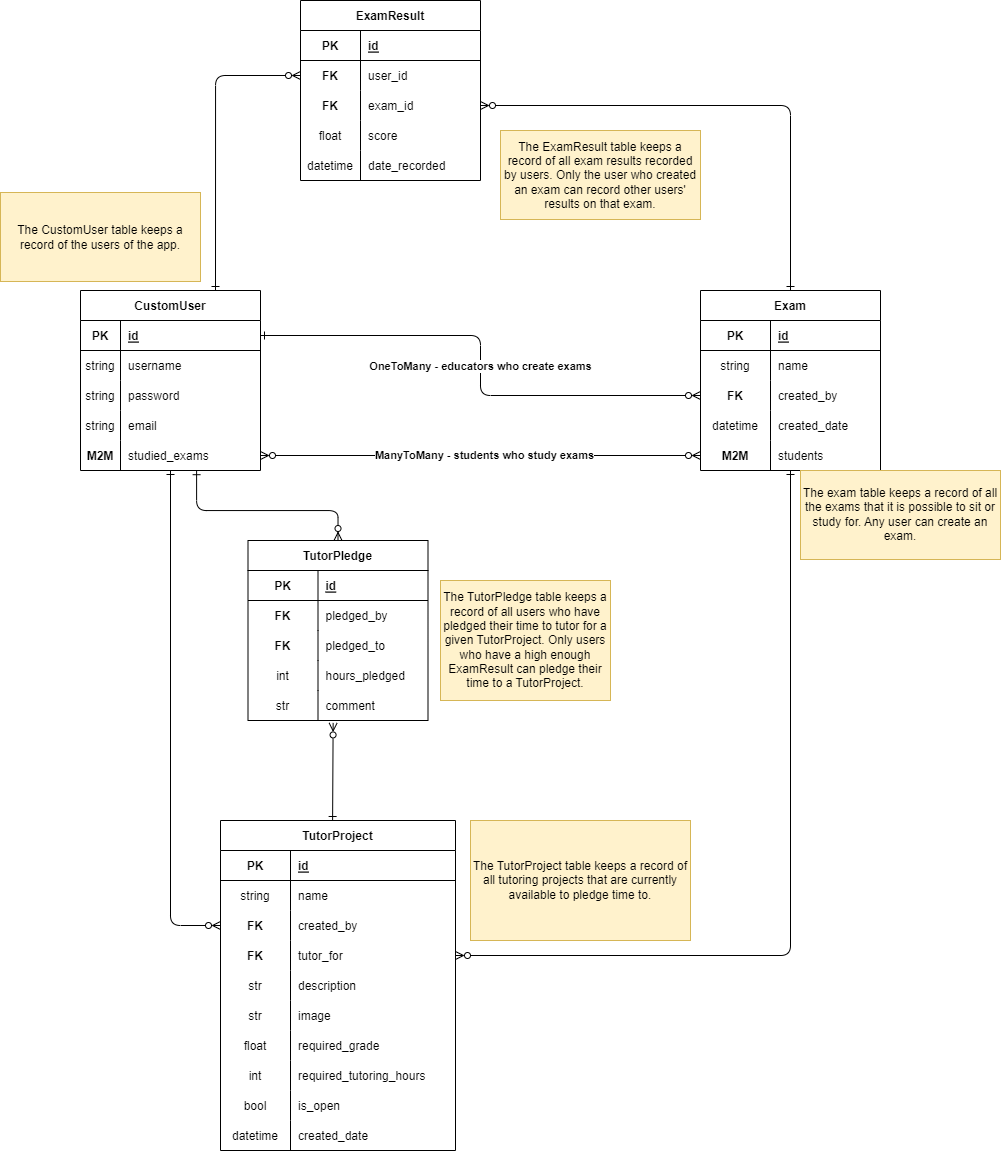
The draw.io diagram readme_images/ERD.drawio.png in SheCodesAus/example_finished_drf_project, before a commit. Source tidied: cells renumbered, new cells last; positions are measured from the earlier drawing's top-left corner, leaving out a move shared by most shapes.
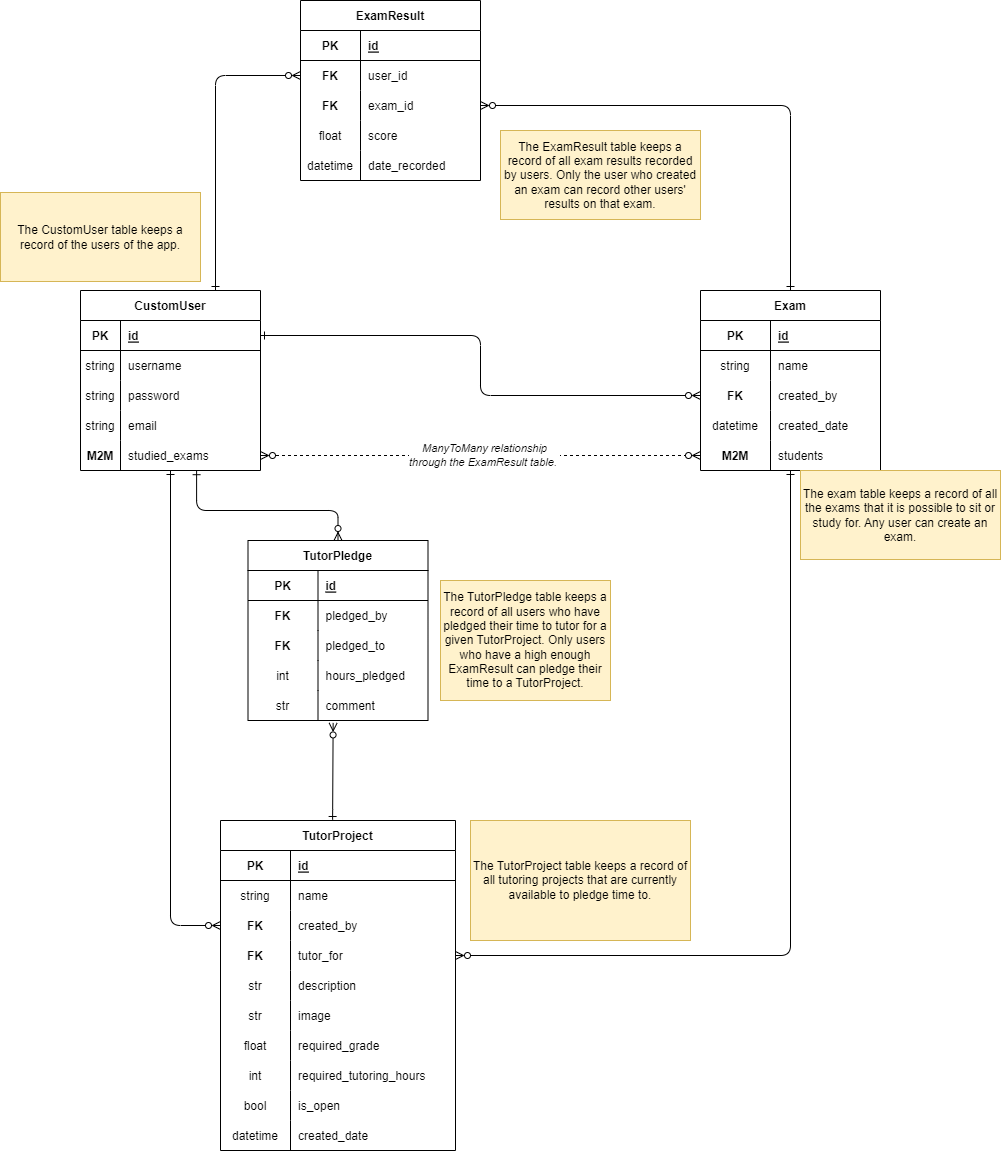
The same diagram one commit later.

Commit message:
finally fixed the writeup on many-to-many relationships

The edit, as a diff of the source:
```diff
@@ -113,11 +113,6 @@
     <mxCell id="38" style="edgeStyle=orthogonalEdgeStyle;html=1;exitX=0;exitY=0.5;exitDx=0;exitDy=0;entryX=1;entryY=0.5;entryDx=0;entryDy=0;endArrow=ERone;endFill=0;startArrow=ERzeroToMany;startFill=0;" parent="1" edge="1" source="29" target="5">
       <mxGeometry relative="1" as="geometry" />
     </mxCell>
-    <mxCell id="39" value="OneToMany - educators who create exams" style="edgeLabel;html=1;align=center;verticalAlign=middle;fontStyle=1;" parent="38" vertex="1">
-      <mxGeometry x="0.24" y="-1" relative="1" as="geometry">
-        <mxPoint x="29" y="31" as="offset" />
-      </mxGeometry>
-    </mxCell>
     <mxCell id="40" value="ExamResult" style="shape=table;startSize=30;rowLines=0;fontStyle=1;align=center;" parent="1" vertex="1">
       <mxGeometry x="300" width="180" height="180" as="geometry" />
     </mxCell>
@@ -338,10 +333,10 @@
     <mxCell id="109" value="The TutorProject table keeps a record of all tutoring projects that are currently available to pledge time to." style="text;html=1;strokeColor=#d6b656;fillColor=#fff2cc;align=center;verticalAlign=middle;whiteSpace=wrap;rounded=0;" parent="1" vertex="1">
       <mxGeometry x="470" y="820" width="220" height="120" as="geometry" />
     </mxCell>
-    <mxCell id="110" style="edgeStyle=orthogonalEdgeStyle;html=1;entryX=0;entryY=0.5;entryDx=0;entryDy=0;startArrow=ERzeroToMany;startFill=0;endArrow=ERzeroToMany;endFill=0;" parent="1" edge="1" source="17" target="35">
+    <mxCell id="110" style="edgeStyle=orthogonalEdgeStyle;html=1;entryX=0;entryY=0.5;entryDx=0;entryDy=0;startArrow=ERzeroToMany;startFill=0;endArrow=ERzeroToMany;endFill=0;dashed=1;" parent="1" edge="1" source="17" target="35">
       <mxGeometry relative="1" as="geometry" />
     </mxCell>
-    <mxCell id="111" value="&lt;b&gt;ManyToMany - students who study exams&lt;/b&gt;" style="edgeLabel;html=1;align=center;verticalAlign=middle;" parent="110" vertex="1">
+    <mxCell id="111" value="&lt;span&gt;ManyToMany relationship &lt;br&gt;through the ExamResult table.&amp;nbsp;&lt;br&gt;&lt;/span&gt;" style="edgeLabel;html=1;align=center;verticalAlign=middle;fontStyle=2;" parent="110" vertex="1">
       <mxGeometry x="0.28" y="-2" relative="1" as="geometry">
         <mxPoint x="-59" y="-3" as="offset" />
       </mxGeometry>
```
